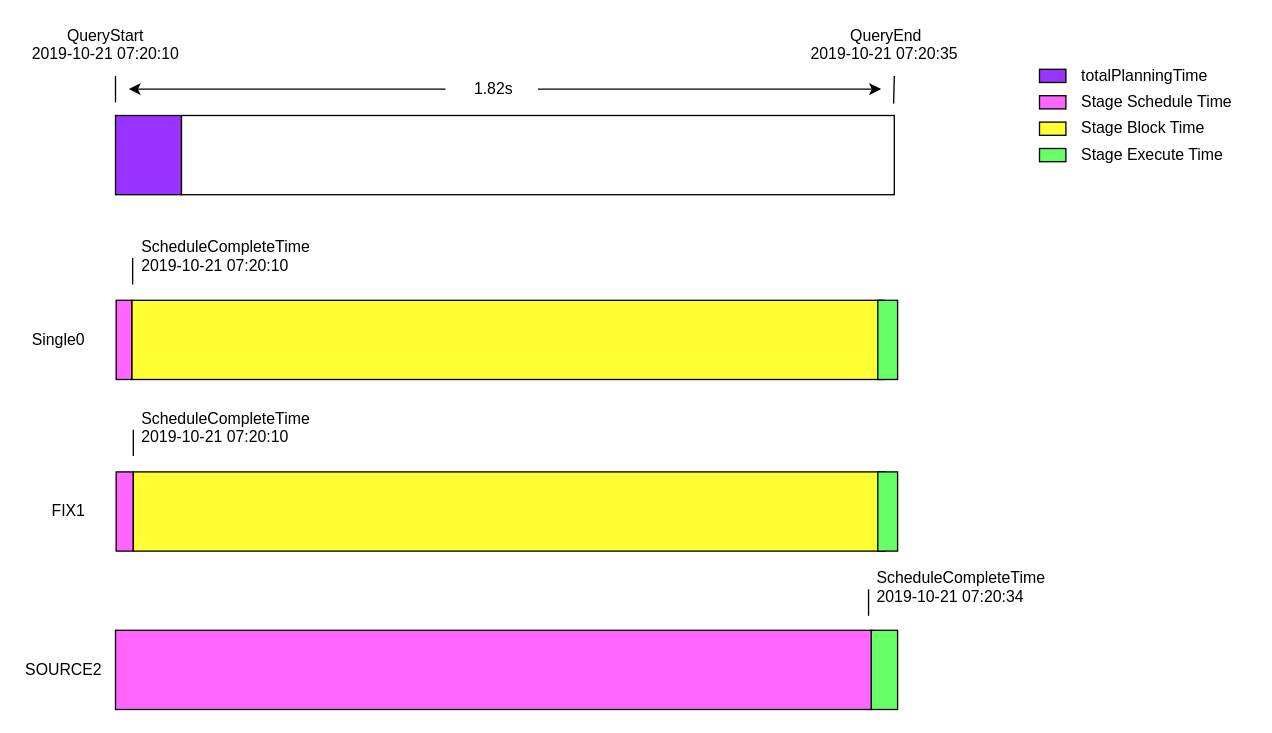
chuanjian666/drawio keeps this draw.io diagram as prestoQueryView.drawio. Above is the earlier version. Source tidied: cells renumbered, new cells numbered last; positions are measured from the earlier drawing's top-left corner, leaving out a move shared by most shapes. Both pictures are drawn from the tidied source at 132%, with x=0, y=0 at pixel (22, 22).
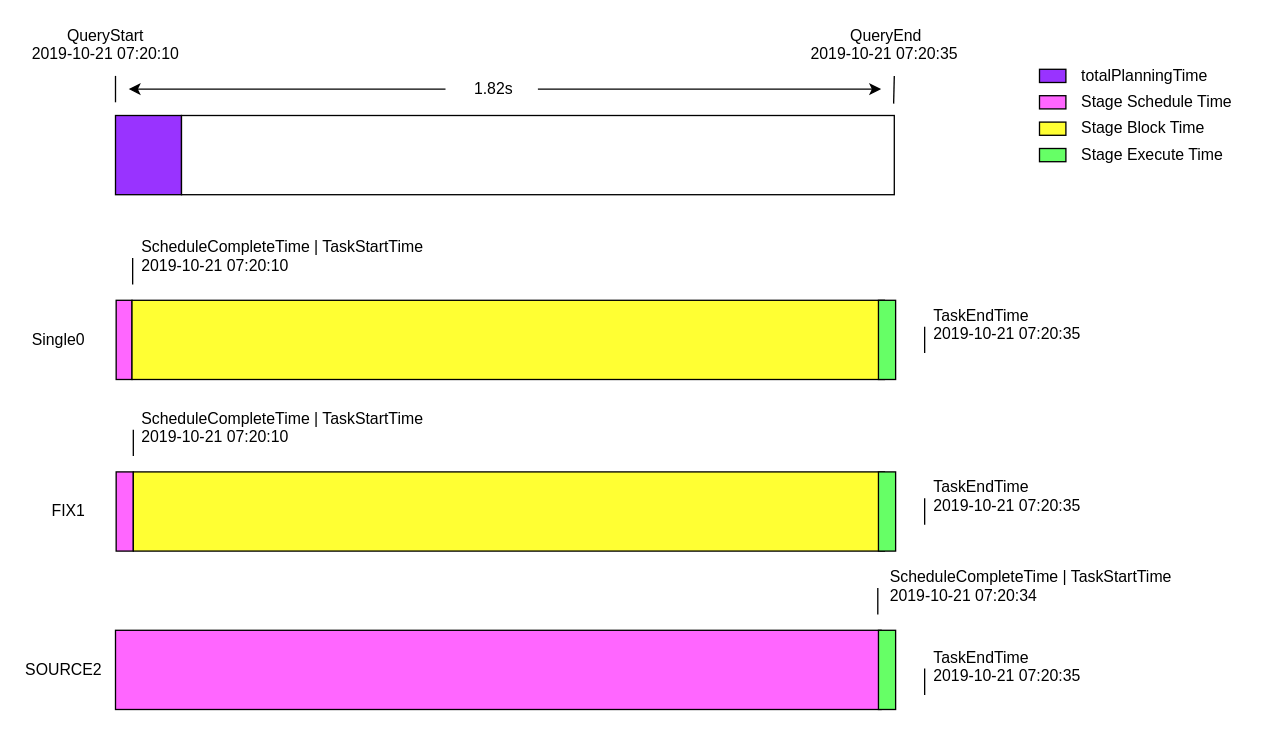
The same diagram, later.

The edit, as a diff of the source:
```diff
@@
     <mxCell id="14" style="rounded=0;whiteSpace=wrap;html=1;fillColor=#FF66FF;" parent="1" vertex="1">
-      <mxGeometry x="70" y="460" width="573" height="60" as="geometry" />
+      <mxGeometry x="70" y="460" width="580" height="60" as="geometry" />
     </mxCell>
@@
     <mxCell id="21" style="rounded=0;whiteSpace=wrap;html=1;labelBackgroundColor=#00FFFF;fillColor=#66FF66;" parent="1" vertex="1">
-      <mxGeometry x="642.5" y="460" width="20" height="60" as="geometry" />
+      <mxGeometry x="648" y="460" width="13" height="60" as="geometry" />
     </mxCell>
@@
     <mxCell id="24" style="rounded=0;whiteSpace=wrap;html=1;labelBackgroundColor=#00FFFF;fillColor=#66FF66;" parent="1" vertex="1">
-      <mxGeometry x="647.5" y="340" width="15" height="60" as="geometry" />
+      <mxGeometry x="648" y="340" width="13" height="60" as="geometry" />
     </mxCell>
     <mxCell id="25" style="rounded=0;whiteSpace=wrap;html=1;labelBackgroundColor=#00FFFF;fillColor=#66FF66;" parent="1" vertex="1">
-      <mxGeometry x="647.5" y="210" width="15" height="60" as="geometry" />
+      <mxGeometry x="648" y="210" width="13" height="60" as="geometry" />
     </mxCell>
@@
-    <mxCell id="30" value="ScheduleCompleteTime&lt;br&gt;2019-10-21 07:20:10" style="text;html=1;align=left;verticalAlign=top;spacingTop=-4;" parent="1" vertex="1">
-      <mxGeometry x="87.5" y="160" width="140" height="30" as="geometry" />
+    <mxCell id="30" value="ScheduleCompleteTime | TaskStartTime&lt;br&gt;2019-10-21 07:20:10" style="text;html=1;align=left;verticalAlign=top;spacingTop=-4;" parent="1" vertex="1">
+      <mxGeometry x="87.5" y="160" width="230" height="30" as="geometry" />
     </mxCell>
@@
-    <mxCell id="32" value="ScheduleCompleteTime&lt;br&gt;2019-10-21 07:20:10" style="text;html=1;align=left;verticalAlign=top;spacingTop=-4;" parent="1" vertex="1">
-      <mxGeometry x="88" y="290" width="140" height="30" as="geometry" />
+    <mxCell id="32" value="ScheduleCompleteTime | TaskStartTime&lt;br&gt;2019-10-21 07:20:10" style="text;html=1;align=left;verticalAlign=top;spacingTop=-4;" parent="1" vertex="1">
+      <mxGeometry x="88" y="290" width="230" height="30" as="geometry" />
     </mxCell>
@@
-    <mxCell id="34" value="ScheduleCompleteTime&lt;br&gt;2019-10-21 07:20:34" style="text;html=1;align=left;verticalAlign=top;spacingTop=-4;" parent="1" vertex="1">
-      <mxGeometry x="645" y="411" width="140" height="30" as="geometry" />
+    <mxCell id="34" value="ScheduleCompleteTime | TaskStartTime&lt;br&gt;2019-10-21 07:20:34" style="text;html=1;align=left;verticalAlign=top;spacingTop=-4;" parent="1" vertex="1">
+      <mxGeometry x="654.5" y="410" width="230" height="30" as="geometry" />
     </mxCell>
     <mxCell id="35" style="endArrow=none;html=1;" parent="1" edge="1">
       <mxGeometry relative="1" as="geometry">
-        <mxPoint x="640.5" y="449" as="sourcePoint" />
-        <mxPoint x="640.5" y="429" as="targetPoint" />
+        <mxPoint x="647.5" y="448" as="sourcePoint" />
+        <mxPoint x="647.5" y="428" as="targetPoint" />
       </mxGeometry>
     </mxCell>
+    <mxCell id="36" value="TaskEndTime&lt;br&gt;2019-10-21 07:20:35" style="text;html=1;align=left;verticalAlign=top;spacingTop=-4;" parent="1" vertex="1">
+      <mxGeometry x="687.5" y="212" width="130" height="30" as="geometry" />
+    </mxCell>
+    <mxCell id="37" style="endArrow=none;html=1;" parent="1" edge="1">
+      <mxGeometry relative="1" as="geometry">
+        <mxPoint x="683" y="250" as="sourcePoint" />
+        <mxPoint x="683" y="230" as="targetPoint" />
+      </mxGeometry>
+    </mxCell>
+    <mxCell id="38" value="TaskEndTime&lt;br&gt;2019-10-21 07:20:35" style="text;html=1;align=left;verticalAlign=top;spacingTop=-4;" parent="1" vertex="1">
+      <mxGeometry x="687.5" y="342" width="130" height="30" as="geometry" />
+    </mxCell>
+    <mxCell id="39" style="endArrow=none;html=1;" parent="1" edge="1">
+      <mxGeometry relative="1" as="geometry">
+        <mxPoint x="683" y="380" as="sourcePoint" />
+        <mxPoint x="683" y="360" as="targetPoint" />
+      </mxGeometry>
+    </mxCell>
+    <mxCell id="40" value="TaskEndTime&lt;br&gt;2019-10-21 07:20:35" style="text;html=1;align=left;verticalAlign=top;spacingTop=-4;" parent="1" vertex="1">
+      <mxGeometry x="687.5" y="471" width="130" height="30" as="geometry" />
+    </mxCell>
+    <mxCell id="41" style="endArrow=none;html=1;" parent="1" edge="1">
+      <mxGeometry relative="1" as="geometry">
+        <mxPoint x="683" y="509" as="sourcePoint" />
+        <mxPoint x="683" y="489" as="targetPoint" />
+      </mxGeometry>
+    </mxCell>
```
